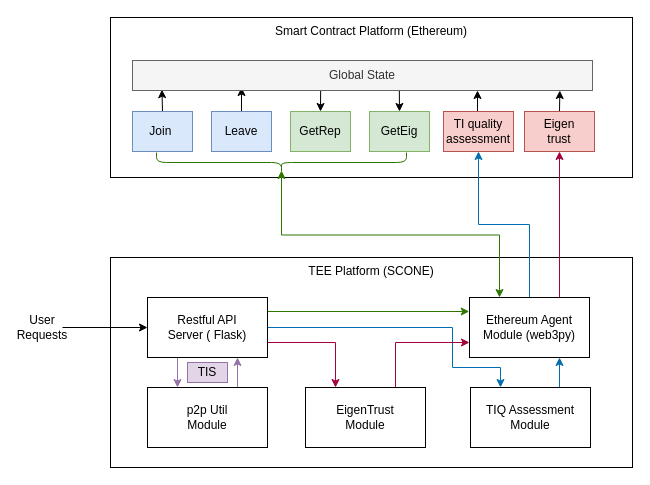
Above: Titan Structure.drawio in Albert-W/Draw_io (draw.io), before the change. Source tidied: cells renumbered, new cells numbered last; positions are measured from the earlier drawing's top-left corner, leaving out a move shared by most shapes. Both pictures are drawn from the tidied source at 100%, with x=0, y=0 at pixel (22, 17).
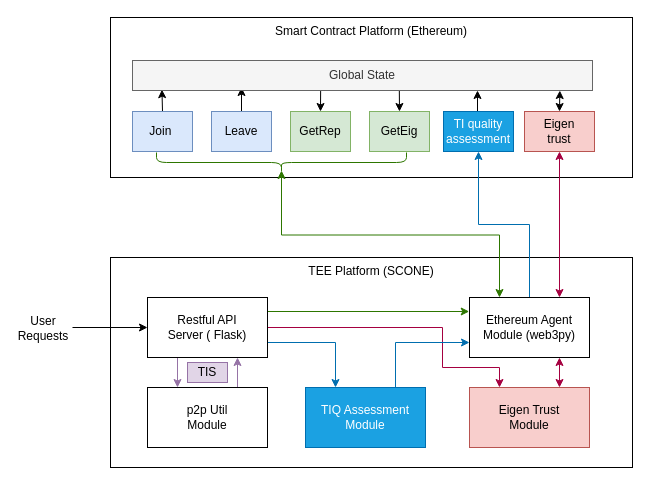
The same diagram, later.

Unchanged cells that the change refers to:
```xml
<mxCell id="15" value="Eigen&lt;br&gt;trust" style="rounded=0;whiteSpace=wrap;html=1;align=center;fillColor=#f8cecc;strokeColor=#b85450;" parent="1" vertex="1">
  <mxGeometry x="502" y="94" width="70" height="40" as="geometry" />
</mxCell>
<mxCell id="20" value="Restful API&lt;br&gt;Server ( Flask)" style="rounded=0;whiteSpace=wrap;html=1;align=center;" parent="1" vertex="1">
  <mxGeometry x="125" y="280" width="120" height="60" as="geometry" />
</mxCell>
<mxCell id="30" value="Ethereum Agent&lt;br&gt;Module (web3py)&lt;br&gt;" style="rounded=0;whiteSpace=wrap;html=1;align=center;" parent="1" vertex="1">
  <mxGeometry x="447" y="280" width="120" height="60" as="geometry" />
</mxCell>
<mxCell id="35" value="Global State" style="rounded=0;whiteSpace=wrap;html=1;align=center;fillColor=#f5f5f5;strokeColor=#666666;fontColor=#333333;" parent="1" vertex="1">
  <mxGeometry x="110" y="43" width="460" height="30" as="geometry" />
</mxCell>
```

Change to the diagram source:
```diff
@@
-    <mxCell id="13" value="TI quality assessment" style="rounded=0;whiteSpace=wrap;html=1;align=center;fillColor=#f8cecc;strokeColor=#b85450;" parent="1" vertex="1">
+    <mxCell id="13" value="TI quality assessment" style="rounded=0;whiteSpace=wrap;html=1;align=center;fillColor=#1ba1e2;strokeColor=#006EAF;fontColor=#ffffff;" parent="1" vertex="1">
       <mxGeometry x="421" y="94" width="70" height="40" as="geometry" />
     </mxCell>
-    <mxCell id="14" style="edgeStyle=orthogonalEdgeStyle;rounded=0;jettySize=auto;html=1;exitX=0.5;exitY=0;exitDx=0;exitDy=0;entryX=0.929;entryY=1.001;entryDx=0;entryDy=0;entryPerimeter=0;startArrow=none;startFill=0;endArrow=classic;endFill=1;" parent="1" edge="1" source="15" target="35">
+    <mxCell id="14" style="edgeStyle=orthogonalEdgeStyle;rounded=0;jettySize=auto;html=1;exitX=0.5;exitY=0;exitDx=0;exitDy=0;entryX=0.929;entryY=1.001;entryDx=0;entryDy=0;entryPerimeter=0;startArrow=classic;startFill=1;endArrow=classic;endFill=1;" parent="1" edge="1" source="15" target="35">
       <mxGeometry relative="1" as="geometry" />
     </mxCell>
@@
-    <mxCell id="18" style="edgeStyle=orthogonalEdgeStyle;rounded=0;jettySize=auto;html=1;exitX=1;exitY=0.5;exitDx=0;exitDy=0;entryX=0.25;entryY=0;entryDx=0;entryDy=0;startArrow=none;startFill=0;fillColor=#1ba1e2;strokeColor=#006EAF;" parent="1" edge="1" source="20" target="24">
+    <mxCell id="18" style="edgeStyle=orthogonalEdgeStyle;rounded=0;jettySize=auto;html=1;exitX=1;exitY=0.5;exitDx=0;exitDy=0;entryX=0.25;entryY=0;entryDx=0;entryDy=0;startArrow=none;startFill=0;fillColor=#d80073;strokeColor=#A50040;" parent="1" edge="1" source="20" target="24">
       <mxGeometry relative="1" as="geometry">
         <Array as="points">
-          <mxPoint x="430" y="310" />
-          <mxPoint x="430" y="350" />
-          <mxPoint x="478" y="350" />
+          <mxPoint x="420" y="310" />
+          <mxPoint x="420" y="350" />
+          <mxPoint x="477" y="350" />
         </Array>
       </mxGeometry>
     </mxCell>
-    <mxCell id="19" style="edgeStyle=orthogonalEdgeStyle;rounded=0;jettySize=auto;html=1;exitX=1;exitY=0.75;exitDx=0;exitDy=0;entryX=0.25;entryY=0;entryDx=0;entryDy=0;startArrow=none;startFill=0;fillColor=#d80073;strokeColor=#A50040;" parent="1" edge="1" source="20" target="22">
+    <mxCell id="19" style="edgeStyle=orthogonalEdgeStyle;rounded=0;jettySize=auto;html=1;exitX=1;exitY=0.75;exitDx=0;exitDy=0;entryX=0.25;entryY=0;entryDx=0;entryDy=0;startArrow=none;startFill=0;fillColor=#1ba1e2;strokeColor=#006EAF;" parent="1" edge="1" source="20" target="22">
       <mxGeometry relative="1" as="geometry" />
     </mxCell>
@@
-    <mxCell id="21" style="edgeStyle=orthogonalEdgeStyle;rounded=0;jettySize=auto;html=1;exitX=0.75;exitY=0;exitDx=0;exitDy=0;entryX=0;entryY=0.75;entryDx=0;entryDy=0;startArrow=none;startFill=0;fillColor=#d80073;strokeColor=#A50040;" parent="1" edge="1" source="22" target="30">
+    <mxCell id="21" style="edgeStyle=orthogonalEdgeStyle;rounded=0;jettySize=auto;html=1;exitX=0.75;exitY=0;exitDx=0;exitDy=0;entryX=0;entryY=0.75;entryDx=0;entryDy=0;startArrow=none;startFill=0;fillColor=#1ba1e2;strokeColor=#006EAF;" parent="1" edge="1" source="22" target="30">
       <mxGeometry relative="1" as="geometry" />
     </mxCell>
-    <mxCell id="22" value="EigenTrust&lt;br&gt;Module" style="rounded=0;whiteSpace=wrap;html=1;align=center;" parent="1" vertex="1">
+    <mxCell id="22" value="TIQ Assessment&lt;br&gt;Module" style="rounded=0;whiteSpace=wrap;html=1;align=center;fillColor=#1ba1e2;strokeColor=#006EAF;fontColor=#ffffff;" parent="1" vertex="1">
       <mxGeometry x="283" y="370" width="120" height="60" as="geometry" />
     </mxCell>
-    <mxCell id="23" style="edgeStyle=orthogonalEdgeStyle;rounded=0;jettySize=auto;html=1;exitX=0.75;exitY=0;exitDx=0;exitDy=0;entryX=0.75;entryY=1;entryDx=0;entryDy=0;startArrow=none;startFill=0;fillColor=#1ba1e2;strokeColor=#006EAF;" parent="1" edge="1" source="24" target="30">
+    <mxCell id="23" style="edgeStyle=orthogonalEdgeStyle;rounded=0;jettySize=auto;html=1;exitX=0.75;exitY=0;exitDx=0;exitDy=0;entryX=0.75;entryY=1;entryDx=0;entryDy=0;startArrow=classic;startFill=1;fillColor=#d80073;strokeColor=#A50040;" parent="1" edge="1" source="24" target="30">
       <mxGeometry relative="1" as="geometry" />
     </mxCell>
-    <mxCell id="24" value="TIQ Assessment&lt;br&gt;Module" style="rounded=0;whiteSpace=wrap;html=1;align=center;" parent="1" vertex="1">
-      <mxGeometry x="448" y="370" width="120" height="60" as="geometry" />
+    <mxCell id="24" value="Eigen Trust&lt;br&gt;Module" style="rounded=0;whiteSpace=wrap;html=1;align=center;fillColor=#f8cecc;strokeColor=#b85450;" parent="1" vertex="1">
+      <mxGeometry x="447" y="370" width="120" height="60" as="geometry" />
     </mxCell>
@@
-    <mxCell id="29" style="edgeStyle=orthogonalEdgeStyle;rounded=0;jettySize=auto;html=1;exitX=0.75;exitY=0;exitDx=0;exitDy=0;entryX=0.5;entryY=1;entryDx=0;entryDy=0;startArrow=none;startFill=0;fillColor=#d80073;strokeColor=#A50040;" parent="1" edge="1" source="30" target="15">
+    <mxCell id="29" style="edgeStyle=orthogonalEdgeStyle;rounded=0;jettySize=auto;html=1;exitX=0.75;exitY=0;exitDx=0;exitDy=0;entryX=0.5;entryY=1;entryDx=0;entryDy=0;startArrow=classic;startFill=1;fillColor=#d80073;strokeColor=#A50040;" parent="1" edge="1" source="30" target="15">
       <mxGeometry relative="1" as="geometry" />
     </mxCell>
@@
     <mxCell id="31" style="endArrow=classic;html=1;entryX=0;entryY=0.5;entryDx=0;entryDy=0;" parent="1" edge="1" target="20">
       <mxGeometry relative="1" as="geometry">
-        <mxPoint x="40" y="310" as="sourcePoint" />
+        <mxPoint x="50" y="310" as="sourcePoint" />
       </mxGeometry>
     </mxCell>
     <mxCell id="32" value="User Requests" style="text;html=1;strokeColor=none;fillColor=none;align=center;verticalAlign=middle;whiteSpace=wrap;rounded=0;" parent="1" vertex="1">
-      <mxGeometry y="300" width="40" height="20" as="geometry" />
+      <mxGeometry x="1" y="301" width="40" height="20" as="geometry" />
     </mxCell>
```
